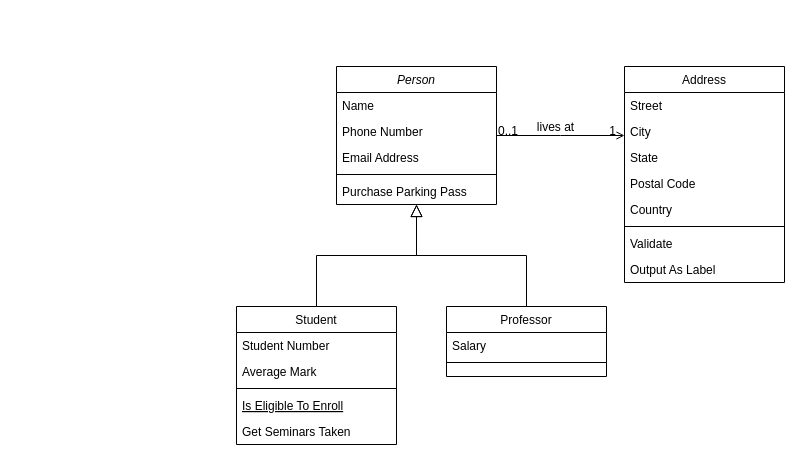
Above: Untitled Diagram.drawio in Ftohtarek/digram (draw.io), before the change. Source tidied: cells renumbered, new cells numbered last; positions are measured from the earlier drawing's top-left corner, leaving out a move shared by most shapes. Both pictures are drawn from the tidied source at 100%, with x=0, y=0 at pixel (236, 66).
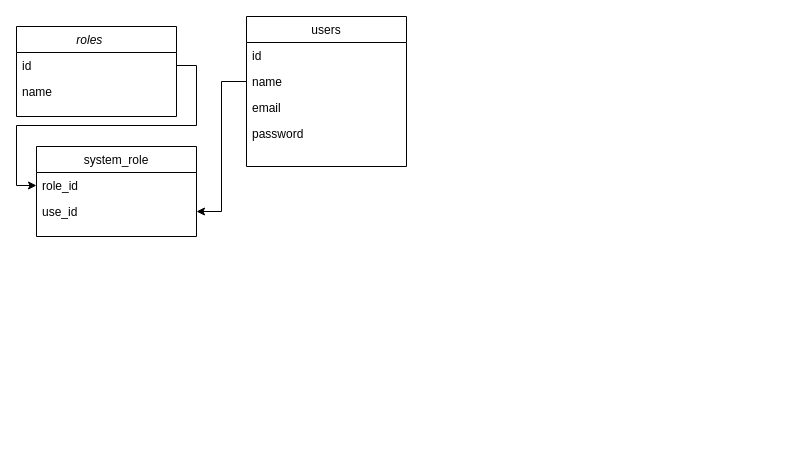
The same page after the edit.

What changed in the source:
```diff
@@
-    <mxCell id="2" value="Person" style="swimlane;fontStyle=2;align=center;verticalAlign=top;horizontal=1;startSize=26;rounded=0;shadow=0;strokeWidth=1;" parent="1" vertex="1">
-      <mxGeometry x="100" width="160" height="138" as="geometry" />
+    <mxCell id="2" value="roles    " style="swimlane;fontStyle=2;align=center;verticalAlign=top;horizontal=1;startSize=26;rounded=0;shadow=0;strokeWidth=1;" parent="1" vertex="1">
+      <mxGeometry x="-220" y="-40" width="160" height="90" as="geometry" />
     </mxCell>
-    <mxCell id="3" value="Name" style="text;align=left;verticalAlign=top;spacingLeft=4;spacingRight=4;overflow=hidden;points=[[0,0.5],[1,0.5]];portConstraint=eastwest;" parent="2" vertex="1">
+    <mxCell id="3" value="id   &#10;&#10;" style="text;align=left;verticalAlign=top;spacingLeft=4;spacingRight=4;overflow=hidden;points=[[0,0.5],[1,0.5]];portConstraint=eastwest;" parent="2" vertex="1">
       <mxGeometry y="26" width="160" height="26" as="geometry" />
     </mxCell>
-    <mxCell id="4" value="Phone Number" style="text;align=left;verticalAlign=top;spacingLeft=4;spacingRight=4;overflow=hidden;rounded=0;shadow=0;html=0;" parent="2" vertex="1">
+    <mxCell id="4" value="name" style="text;align=left;verticalAlign=top;spacingLeft=4;spacingRight=4;overflow=hidden;rounded=0;shadow=0;html=0;" parent="2" vertex="1">
       <mxGeometry y="52" width="160" height="26" as="geometry" />
     </mxCell>
-    <mxCell id="5" value="Email Address" style="text;align=left;verticalAlign=top;spacingLeft=4;spacingRight=4;overflow=hidden;rounded=0;shadow=0;html=0;" parent="2" vertex="1">
-      <mxGeometry y="78" width="160" height="26" as="geometry" />
-    </mxCell>
-    <mxCell id="6" style="line;html=1;strokeWidth=1;align=left;verticalAlign=middle;spacingTop=-1;spacingLeft=3;spacingRight=3;labelPosition=right;" parent="2" vertex="1">
-      <mxGeometry y="104" width="160" height="8" as="geometry" />
-    </mxCell>
-    <mxCell id="7" value="Purchase Parking Pass" style="text;align=left;verticalAlign=top;spacingLeft=4;spacingRight=4;overflow=hidden;" parent="2" vertex="1">
-      <mxGeometry y="112" width="160" height="26" as="geometry" />
-    </mxCell>
-    <mxCell id="8" value="Student" style="swimlane;fontStyle=0;align=center;verticalAlign=top;horizontal=1;startSize=26;rounded=0;shadow=0;strokeWidth=1;" parent="1" vertex="1">
-      <mxGeometry y="240" width="160" height="138" as="geometry" />
-    </mxCell>
-    <mxCell id="9" value="Student Number" style="text;align=left;verticalAlign=top;spacingLeft=4;spacingRight=4;overflow=hidden;" parent="8" vertex="1">
-      <mxGeometry y="26" width="160" height="26" as="geometry" />
-    </mxCell>
-    <mxCell id="10" value="Average Mark" style="text;align=left;verticalAlign=top;spacingLeft=4;spacingRight=4;overflow=hidden;rounded=0;shadow=0;html=0;" parent="8" vertex="1">
-      <mxGeometry y="52" width="160" height="26" as="geometry" />
-    </mxCell>
-    <mxCell id="11" style="line;html=1;strokeWidth=1;align=left;verticalAlign=middle;spacingTop=-1;spacingLeft=3;spacingRight=3;labelPosition=right;" parent="8" vertex="1">
-      <mxGeometry y="78" width="160" height="8" as="geometry" />
-    </mxCell>
-    <mxCell id="12" value="Is Eligible To Enroll" style="text;align=left;verticalAlign=top;spacingLeft=4;spacingRight=4;overflow=hidden;fontStyle=4;" parent="8" vertex="1">
-      <mxGeometry y="86" width="160" height="26" as="geometry" />
-    </mxCell>
-    <mxCell id="13" value="Get Seminars Taken" style="text;align=left;verticalAlign=top;spacingLeft=4;spacingRight=4;overflow=hidden;" parent="8" vertex="1">
-      <mxGeometry y="112" width="160" height="26" as="geometry" />
-    </mxCell>
-    <mxCell id="14" style="endArrow=block;endSize=10;endFill=0;shadow=0;strokeWidth=1;rounded=0;edgeStyle=elbowEdgeStyle;elbow=vertical;" parent="1" edge="1" source="8" target="2">
-      <mxGeometry relative="1" as="geometry" />
-    </mxCell>
-    <mxCell id="15" value="Professor" style="swimlane;fontStyle=0;align=center;verticalAlign=top;horizontal=1;startSize=26;rounded=0;shadow=0;strokeWidth=1;" parent="1" vertex="1">
-      <mxGeometry x="210" y="240" width="160" height="70" as="geometry" />
+    <mxCell id="15" value="system_role" style="swimlane;fontStyle=0;align=center;verticalAlign=top;horizontal=1;startSize=26;rounded=0;shadow=0;strokeWidth=1;" parent="1" vertex="1">
+      <mxGeometry x="-200" y="80" width="160" height="90" as="geometry" />
     </mxCell>
-    <mxCell id="16" value="Salary" style="text;align=left;verticalAlign=top;spacingLeft=4;spacingRight=4;overflow=hidden;points=[[0,0.5],[1,0.5]];portConstraint=eastwest;" parent="15" vertex="1">
+    <mxCell id="16" value="role_id&#10;" style="text;align=left;verticalAlign=top;spacingLeft=4;spacingRight=4;overflow=hidden;points=[[0,0.5],[1,0.5]];portConstraint=eastwest;" parent="15" vertex="1">
       <mxGeometry y="26" width="160" height="26" as="geometry" />
     </mxCell>
-    <mxCell id="17" style="line;html=1;strokeWidth=1;align=left;verticalAlign=middle;spacingTop=-1;spacingLeft=3;spacingRight=3;labelPosition=right;" parent="15" vertex="1">
-      <mxGeometry y="52" width="160" height="8" as="geometry" />
-    </mxCell>
-    <mxCell id="18" style="endArrow=block;endSize=10;endFill=0;shadow=0;strokeWidth=1;rounded=0;edgeStyle=elbowEdgeStyle;elbow=vertical;" parent="1" edge="1" source="15" target="2">
-      <mxGeometry relative="1" as="geometry" />
-    </mxCell>
+    <mxCell id="32" value="use_id" style="text;align=left;verticalAlign=top;spacingLeft=4;spacingRight=4;overflow=hidden;points=[[0,0.5],[1,0.5]];portConstraint=eastwest;" parent="15" vertex="1">
+      <mxGeometry y="52" width="160" height="26" as="geometry" />
+    </mxCell>
-    <mxCell id="19" value="Address" style="swimlane;fontStyle=0;align=center;verticalAlign=top;horizontal=1;startSize=26;rounded=0;shadow=0;strokeWidth=1;" parent="1" vertex="1">
-      <mxGeometry x="388" width="160" height="216" as="geometry" />
+    <mxCell id="19" value="users" style="swimlane;fontStyle=0;align=center;verticalAlign=top;horizontal=1;startSize=26;rounded=0;shadow=0;strokeWidth=1;" parent="1" vertex="1">
+      <mxGeometry x="10" y="-50" width="160" height="150" as="geometry" />
     </mxCell>
-    <mxCell id="20" value="Street" style="text;align=left;verticalAlign=top;spacingLeft=4;spacingRight=4;overflow=hidden;" parent="19" vertex="1">
+    <mxCell id="20" value="id" style="text;align=left;verticalAlign=top;spacingLeft=4;spacingRight=4;overflow=hidden;" parent="19" vertex="1">
       <mxGeometry y="26" width="160" height="26" as="geometry" />
     </mxCell>
-    <mxCell id="21" value="City" style="text;align=left;verticalAlign=top;spacingLeft=4;spacingRight=4;overflow=hidden;points=[[0,0.5],[1,0.5]];portConstraint=eastwest;rounded=0;shadow=0;html=0;" parent="19" vertex="1">
+    <mxCell id="21" value="name" style="text;align=left;verticalAlign=top;spacingLeft=4;spacingRight=4;overflow=hidden;points=[[0,0.5],[1,0.5]];portConstraint=eastwest;rounded=0;shadow=0;html=0;" parent="19" vertex="1">
       <mxGeometry y="52" width="160" height="26" as="geometry" />
     </mxCell>
-    <mxCell id="22" value="State" style="text;align=left;verticalAlign=top;spacingLeft=4;spacingRight=4;overflow=hidden;rounded=0;shadow=0;html=0;" parent="19" vertex="1">
+    <mxCell id="22" value="email" style="text;align=left;verticalAlign=top;spacingLeft=4;spacingRight=4;overflow=hidden;rounded=0;shadow=0;html=0;" parent="19" vertex="1">
       <mxGeometry y="78" width="160" height="26" as="geometry" />
     </mxCell>
-    <mxCell id="23" value="Postal Code" style="text;align=left;verticalAlign=top;spacingLeft=4;spacingRight=4;overflow=hidden;rounded=0;shadow=0;html=0;" parent="19" vertex="1">
+    <mxCell id="23" value="password" style="text;align=left;verticalAlign=top;spacingLeft=4;spacingRight=4;overflow=hidden;rounded=0;shadow=0;html=0;" parent="19" vertex="1">
       <mxGeometry y="104" width="160" height="26" as="geometry" />
     </mxCell>
-    <mxCell id="24" value="Country" style="text;align=left;verticalAlign=top;spacingLeft=4;spacingRight=4;overflow=hidden;rounded=0;shadow=0;html=0;" parent="19" vertex="1">
-      <mxGeometry y="130" width="160" height="26" as="geometry" />
-    </mxCell>
-    <mxCell id="25" style="line;html=1;strokeWidth=1;align=left;verticalAlign=middle;spacingTop=-1;spacingLeft=3;spacingRight=3;labelPosition=right;" parent="19" vertex="1">
-      <mxGeometry y="156" width="160" height="8" as="geometry" />
-    </mxCell>
-    <mxCell id="26" value="Validate" style="text;align=left;verticalAlign=top;spacingLeft=4;spacingRight=4;overflow=hidden;" parent="19" vertex="1">
-      <mxGeometry y="164" width="160" height="26" as="geometry" />
-    </mxCell>
-    <mxCell id="27" value="Output As Label" style="text;align=left;verticalAlign=top;spacingLeft=4;spacingRight=4;overflow=hidden;" parent="19" vertex="1">
-      <mxGeometry y="190" width="160" height="26" as="geometry" />
-    </mxCell>
-    <mxCell id="28" style="endArrow=open;shadow=0;strokeWidth=1;rounded=0;endFill=1;edgeStyle=elbowEdgeStyle;elbow=vertical;" parent="1" edge="1" source="2" target="19">
-      <mxGeometry x="0.5" y="41" relative="1" as="geometry">
-        <mxPoint x="-40" y="32" as="offset" />
-      </mxGeometry>
-    </mxCell>
-    <mxCell id="29" value="0..1" style="align=left;verticalAlign=bottom;labelBackgroundColor=none;fontSize=12;" parent="28" vertex="1">
-      <mxGeometry x="-1" relative="1" as="geometry">
-        <mxPoint y="4" as="offset" />
-      </mxGeometry>
-    </mxCell>
-    <mxCell id="30" value="1" style="align=right;verticalAlign=bottom;labelBackgroundColor=none;fontSize=12;" parent="28" vertex="1">
-      <mxGeometry x="1" relative="1" as="geometry">
-        <mxPoint x="-7" y="4" as="offset" />
-      </mxGeometry>
-    </mxCell>
-    <mxCell id="31" value="lives at" style="text;html=1;align=center;verticalAlign=middle;labelBackgroundColor=none;rounded=0;shadow=0;strokeWidth=1;fontSize=12;" parent="28" vertex="1">
-      <mxGeometry x="0.5" y="49" relative="1" as="geometry">
-        <mxPoint x="-38" y="40" as="offset" />
-      </mxGeometry>
-    </mxCell>
+    <mxCell id="33" style="edgeStyle=orthogonalEdgeStyle;rounded=0;jettySize=auto;html=1;" parent="1" edge="1" source="21" target="32">
+      <mxGeometry relative="1" as="geometry" />
+    </mxCell>
+    <mxCell id="34" style="edgeStyle=orthogonalEdgeStyle;rounded=0;jettySize=auto;html=1;entryX=0;entryY=0.5;entryDx=0;entryDy=0;" parent="1" edge="1" source="3" target="16">
+      <mxGeometry relative="1" as="geometry" />
+    </mxCell>
```
